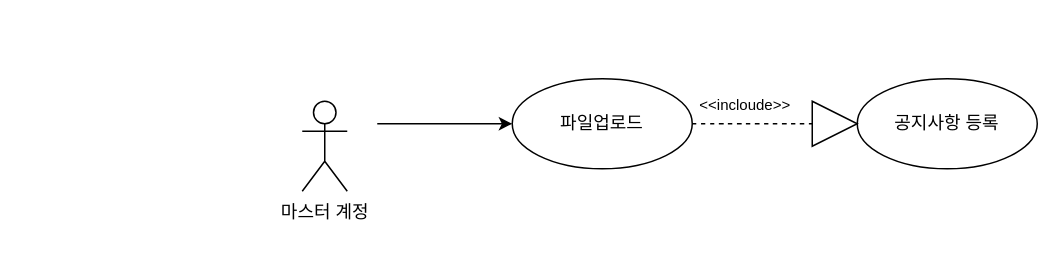
Above: BOD-ANN-001.drawio in fury2019/Diagram (draw.io), before the change. Source tidied: cells renumbered, new cells numbered last; positions are measured from the earlier drawing's top-left corner, leaving out a move shared by most shapes. Both pictures are drawn from the tidied source at 150%, with x=0, y=0 at pixel (302, 26).
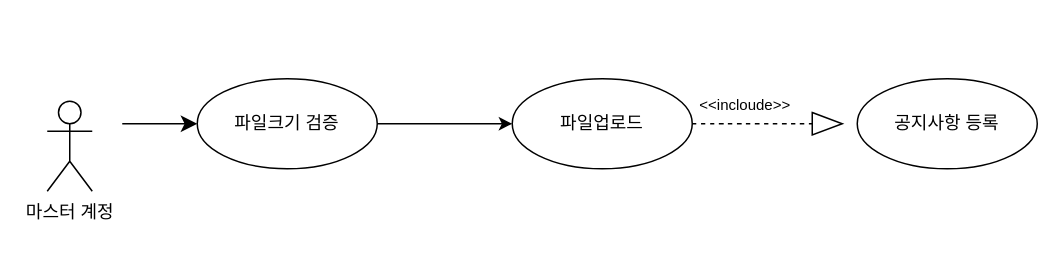
After the change.

What changed in the source:
```diff
@@
 <mxGraphModel>
   <root>
     <mxCell id="0" />
     <mxCell id="1" parent="0" />
     <mxCell id="2" value="파일업로드" style="ellipse;whiteSpace=wrap;html=1;" parent="1" vertex="1">
       <mxGeometry x="140" y="35" width="120" height="60" as="geometry" />
     </mxCell>
     <mxCell id="3" value="공지사항 등록" style="ellipse;whiteSpace=wrap;html=1;" parent="1" vertex="1">
       <mxGeometry x="370" y="35" width="120" height="60" as="geometry" />
     </mxCell>
     <mxCell id="4" style="entryX=0;entryY=0.5;entryDx=0;entryDy=0;" parent="1" edge="1" target="2">
       <mxGeometry relative="1" as="geometry">
         <mxPoint x="50" y="65" as="sourcePoint" />
       </mxGeometry>
     </mxCell>
     <mxCell id="5" value="마스터 계정&lt;div&gt;&lt;br&gt;&lt;/div&gt;" style="shape=umlActor;verticalLabelPosition=bottom;verticalAlign=top;html=1;" parent="1" vertex="1">
-      <mxGeometry y="50" width="30" height="60" as="geometry" />
+      <mxGeometry x="-170" y="50" width="30" height="60" as="geometry" />
     </mxCell>
     <mxCell id="6" style="endArrow=none;dashed=1;html=1;rounded=0;fontSize=12;startSize=8;endSize=8;curved=1;exitX=1;exitY=0.5;exitDx=0;exitDy=0;" parent="1" edge="1" source="2">
       <mxGeometry relative="1" as="geometry">
         <mxPoint x="343" y="65" as="targetPoint" />
       </mxGeometry>
     </mxCell>
     <mxCell id="7" value="&lt;font style=&quot;font-size: 10px; font-weight: normal;&quot;&gt;&amp;lt;&amp;lt;incloude&amp;gt;&amp;gt;&lt;/font&gt;" style="text;strokeColor=none;fillColor=none;html=1;fontSize=24;fontStyle=1;verticalAlign=middle;align=center;" parent="1" vertex="1">
       <mxGeometry x="210" width="170" height="95" as="geometry" />
     </mxCell>
     <mxCell id="8" style="triangle;whiteSpace=wrap;html=1;" parent="1" vertex="1">
-      <mxGeometry x="340" y="50" width="30" height="30" as="geometry" />
+      <mxGeometry x="340" y="57.5" width="20" height="15" as="geometry" />
     </mxCell>
+    <mxCell id="9" value="파일크기 검증" style="ellipse;whiteSpace=wrap;html=1;" parent="1" vertex="1">
+      <mxGeometry x="-70" y="35" width="120" height="60" as="geometry" />
+    </mxCell>
+    <mxCell id="10" style="endArrow=classic;html=1;rounded=0;fontSize=12;startSize=8;endSize=8;curved=1;entryX=0;entryY=0.5;entryDx=0;entryDy=0;" parent="1" edge="1" target="9">
+      <mxGeometry relative="1" as="geometry">
+        <mxPoint x="-120" y="65" as="sourcePoint" />
+      </mxGeometry>
+    </mxCell>
   </root>
 </mxGraphModel>
```
